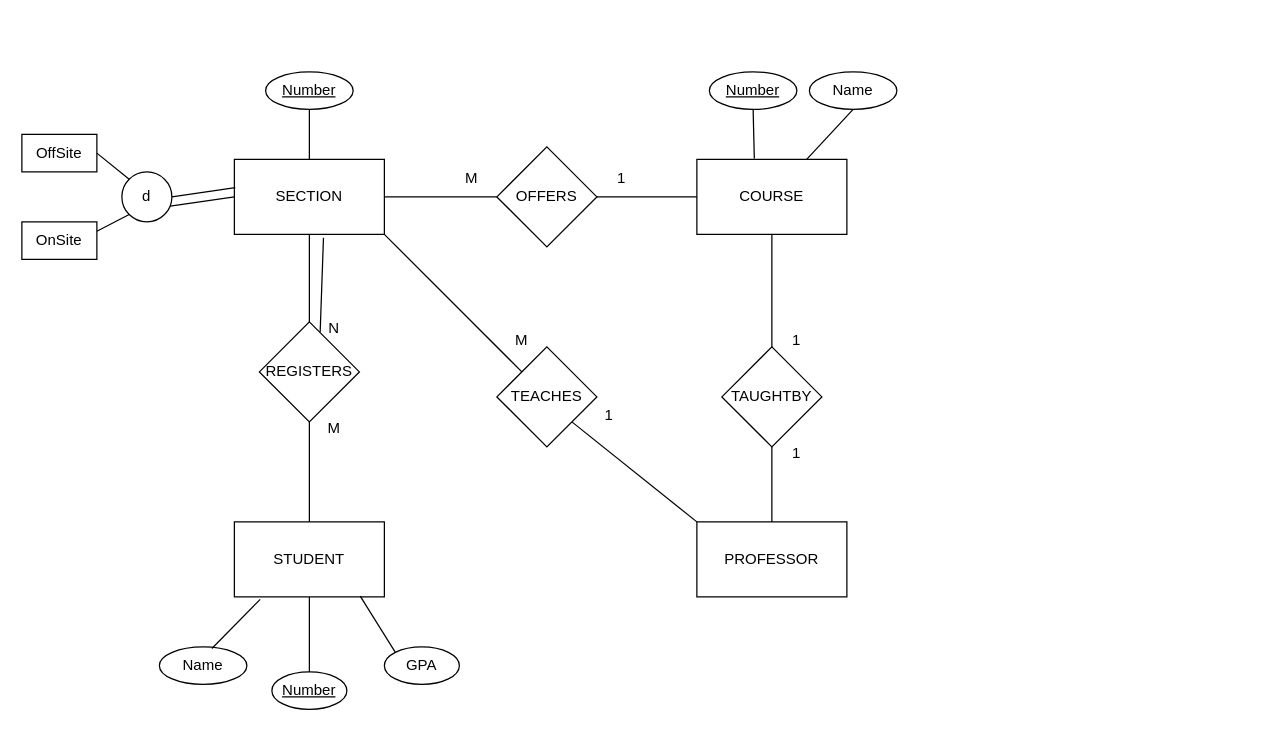
Earlier version of the draw.io diagram 3421q2.drawio (DylanBriSmith/DylanBriSmith). Source tidied: cells renumbered, new cells numbered last; positions are measured from the earlier drawing's top-left corner, leaving out a move shared by most shapes. Both pictures are drawn from the tidied source at 125%, with x=0, y=0 at pixel (21, 71).
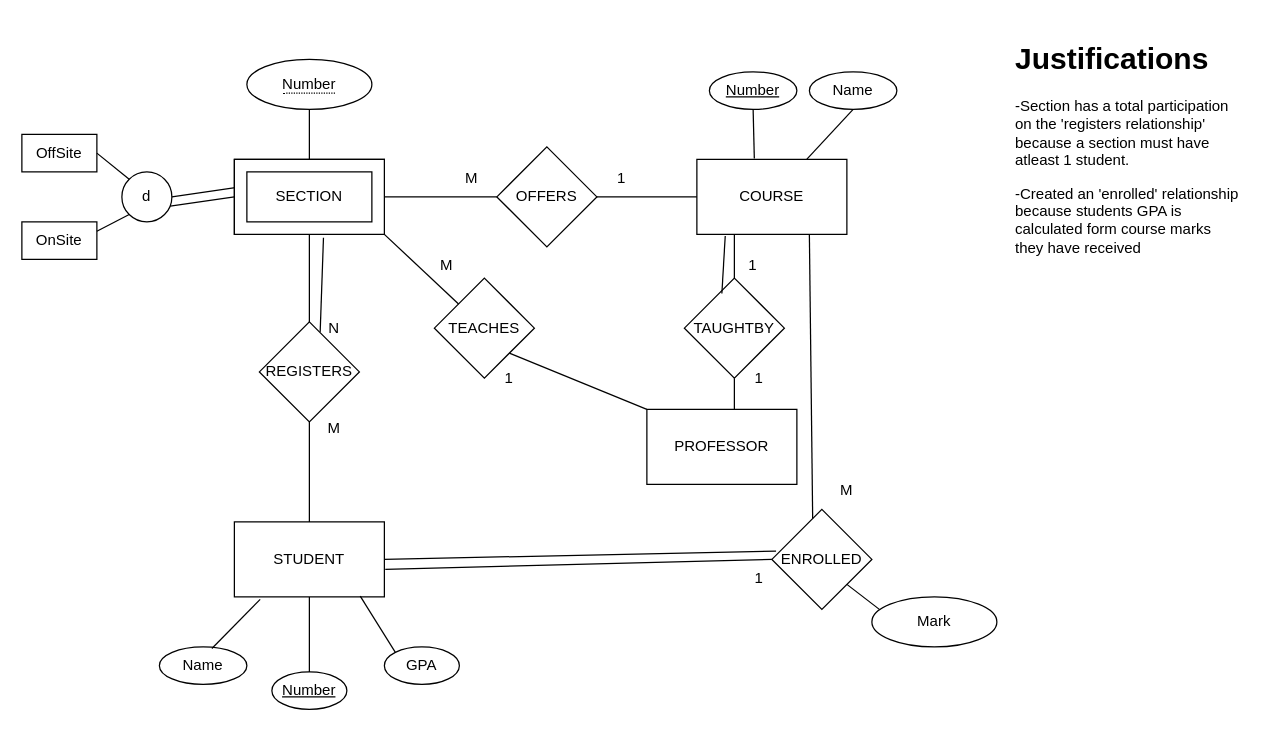
Above is the later version.

The change refers to these unchanged cells:
```xml
<mxCell id="2" value="SECTION" style="rounded=0;whiteSpace=wrap;html=1;" parent="1" vertex="1">
  <mxGeometry x="170" y="70" width="120" height="60" as="geometry" />
</mxCell>
<mxCell id="12" value="STUDENT" style="rounded=0;whiteSpace=wrap;html=1;" parent="1" vertex="1">
  <mxGeometry x="170" y="360" width="120" height="60" as="geometry" />
</mxCell>
<mxCell id="20" value="COURSE" style="rounded=0;whiteSpace=wrap;html=1;" parent="1" vertex="1">
  <mxGeometry x="540" y="70" width="120" height="60" as="geometry" />
</mxCell>
```

Diff of the diagram source:
```diff
@@
-    <mxCell id="3" value="&lt;u&gt;Number&lt;/u&gt;" style="ellipse;whiteSpace=wrap;html=1;" parent="1" vertex="1">
-      <mxGeometry x="195" width="70" height="30" as="geometry" />
-    </mxCell>
@@
-    <mxCell id="11" style="endArrow=none;html=1;rounded=0;entryX=0.5;entryY=1;entryDx=0;entryDy=0;exitX=0.5;exitY=0;exitDx=0;exitDy=0;" parent="1" edge="1" source="2" target="3">
-      <mxGeometry relative="1" as="geometry" />
+    <mxCell id="11" style="endArrow=none;html=1;rounded=0;entryX=0.5;entryY=1;entryDx=0;entryDy=0;exitX=0.5;exitY=0;exitDx=0;exitDy=0;" parent="1" edge="1" source="2">
+      <mxGeometry relative="1" as="geometry">
+        <mxPoint x="230" y="30" as="targetPoint" />
+      </mxGeometry>
     </mxCell>
@@
     <mxCell id="19" value="PROFESSOR" style="rounded=0;whiteSpace=wrap;html=1;" parent="1" vertex="1">
-      <mxGeometry x="540" y="360" width="120" height="60" as="geometry" />
+      <mxGeometry x="500" y="270" width="120" height="60" as="geometry" />
     </mxCell>
@@
     <mxCell id="30" value="TEACHES" style="rhombus;whiteSpace=wrap;html=1;" parent="1" vertex="1">
-      <mxGeometry x="380" y="220" width="80" height="80" as="geometry" />
+      <mxGeometry x="330" y="165" width="80" height="80" as="geometry" />
     </mxCell>
@@
     <mxCell id="33" value="M" style="text;html=1;strokeColor=none;fillColor=none;align=center;verticalAlign=middle;whiteSpace=wrap;rounded=0;" parent="1" vertex="1">
-      <mxGeometry x="370" y="200" width="60" height="30" as="geometry" />
+      <mxGeometry x="310" y="140" width="60" height="30" as="geometry" />
     </mxCell>
     <mxCell id="34" value="1" style="text;html=1;strokeColor=none;fillColor=none;align=center;verticalAlign=middle;whiteSpace=wrap;rounded=0;" parent="1" vertex="1">
-      <mxGeometry x="440" y="260" width="60" height="30" as="geometry" />
+      <mxGeometry x="360" y="230" width="60" height="30" as="geometry" />
     </mxCell>
     <mxCell id="35" value="TAUGHTBY" style="rhombus;whiteSpace=wrap;html=1;" parent="1" vertex="1">
-      <mxGeometry x="560" y="220" width="80" height="80" as="geometry" />
+      <mxGeometry x="530" y="165" width="80" height="80" as="geometry" />
     </mxCell>
-    <mxCell id="36" style="endArrow=none;html=1;rounded=0;entryX=0.5;entryY=1;entryDx=0;entryDy=0;exitX=0.5;exitY=0;exitDx=0;exitDy=0;" parent="1" edge="1" source="19" target="35">
-      <mxGeometry relative="1" as="geometry" />
+    <mxCell id="36" style="endArrow=none;html=1;rounded=0;entryX=0.5;entryY=1;entryDx=0;entryDy=0;" parent="1" edge="1" target="35">
+      <mxGeometry relative="1" as="geometry">
+        <mxPoint x="570" y="270" as="sourcePoint" />
+      </mxGeometry>
     </mxCell>
-    <mxCell id="37" style="endArrow=none;html=1;rounded=0;entryX=0.5;entryY=1;entryDx=0;entryDy=0;exitX=0.5;exitY=0;exitDx=0;exitDy=0;" parent="1" edge="1" source="35" target="20">
+    <mxCell id="37" style="endArrow=none;html=1;rounded=0;entryX=0.25;entryY=1;entryDx=0;entryDy=0;exitX=0.5;exitY=0;exitDx=0;exitDy=0;" parent="1" edge="1" source="35" target="20">
       <mxGeometry relative="1" as="geometry" />
     </mxCell>
     <mxCell id="38" value="1" style="text;html=1;strokeColor=none;fillColor=none;align=center;verticalAlign=middle;whiteSpace=wrap;rounded=0;" parent="1" vertex="1">
-      <mxGeometry x="590" y="200" width="60" height="30" as="geometry" />
+      <mxGeometry x="555" y="140" width="60" height="30" as="geometry" />
     </mxCell>
     <mxCell id="39" value="1" style="text;html=1;strokeColor=none;fillColor=none;align=center;verticalAlign=middle;whiteSpace=wrap;rounded=0;" parent="1" vertex="1">
-      <mxGeometry x="590" y="290" width="60" height="30" as="geometry" />
+      <mxGeometry x="560" y="230" width="60" height="30" as="geometry" />
     </mxCell>
@@
+    <mxCell id="46" value="ENROLLED" style="rhombus;whiteSpace=wrap;html=1;" parent="1" vertex="1">
+      <mxGeometry x="600" y="350" width="80" height="80" as="geometry" />
+    </mxCell>
+    <mxCell id="47" style="endArrow=none;html=1;rounded=0;entryX=0.042;entryY=0.417;entryDx=0;entryDy=0;entryPerimeter=0;exitX=1;exitY=0.5;exitDx=0;exitDy=0;" parent="1" edge="1" source="12" target="46">
+      <mxGeometry relative="1" as="geometry" />
+    </mxCell>
+    <mxCell id="48" style="endArrow=none;html=1;rounded=0;entryX=0;entryY=0.5;entryDx=0;entryDy=0;exitX=1.006;exitY=0.633;exitDx=0;exitDy=0;exitPerimeter=0;" parent="1" edge="1" source="12" target="46">
+      <mxGeometry relative="1" as="geometry" />
+    </mxCell>
+    <mxCell id="49" style="endArrow=none;html=1;rounded=0;entryX=0.75;entryY=1;entryDx=0;entryDy=0;exitX=0.408;exitY=0.092;exitDx=0;exitDy=0;exitPerimeter=0;" parent="1" edge="1" source="46" target="20">
+      <mxGeometry relative="1" as="geometry" />
+    </mxCell>
+    <mxCell id="50" value="M" style="text;html=1;strokeColor=none;fillColor=none;align=center;verticalAlign=middle;whiteSpace=wrap;rounded=0;" parent="1" vertex="1">
+      <mxGeometry x="630" y="320" width="60" height="30" as="geometry" />
+    </mxCell>
+    <mxCell id="51" value="1" style="text;html=1;strokeColor=none;fillColor=none;align=center;verticalAlign=middle;whiteSpace=wrap;rounded=0;" parent="1" vertex="1">
+      <mxGeometry x="560" y="390" width="60" height="30" as="geometry" />
+    </mxCell>
+    <mxCell id="52" style="verticalLabelPosition=bottom;verticalAlign=top;html=1;shape=mxgraph.basic.frame;dx=10;" parent="1" vertex="1">
+      <mxGeometry x="170" y="70" width="120" height="60" as="geometry" />
+    </mxCell>
+    <mxCell id="3" value="&lt;span style=&quot;border-bottom: 1px dotted&quot;&gt;Number&lt;/span&gt;" style="ellipse;whiteSpace=wrap;html=1;align=center;" parent="1" vertex="1">
+      <mxGeometry x="180" y="-10" width="100" height="40" as="geometry" />
+    </mxCell>
+    <mxCell id="53" value="&lt;h1&gt;Justifications&lt;/h1&gt;&lt;p&gt;-Section has a total participation on the 'registers relationship' because a section must have atleast 1 student.&lt;/p&gt;&lt;p&gt;-Created an 'enrolled' relationship because students GPA is calculated form course marks they have received&lt;/p&gt;" style="text;html=1;strokeColor=none;fillColor=none;spacing=5;spacingTop=-20;whiteSpace=wrap;overflow=hidden;rounded=0;" parent="1" vertex="1">
+      <mxGeometry x="790" y="-30" width="190" height="190" as="geometry" />
+    </mxCell>
+    <mxCell id="54" style="endArrow=none;html=1;rounded=0;entryX=0.189;entryY=1.022;entryDx=0;entryDy=0;entryPerimeter=0;exitX=0.375;exitY=0.154;exitDx=0;exitDy=0;exitPerimeter=0;" parent="1" edge="1" source="35" target="20">
+      <mxGeometry relative="1" as="geometry" />
+    </mxCell>
+    <mxCell id="55" value="Mark" style="ellipse;whiteSpace=wrap;html=1;align=center;" parent="1" vertex="1">
+      <mxGeometry x="680" y="420" width="100" height="40" as="geometry" />
+    </mxCell>
+    <mxCell id="56" style="endArrow=none;html=1;rounded=0;entryX=1;entryY=1;entryDx=0;entryDy=0;exitX=0.06;exitY=0.25;exitDx=0;exitDy=0;exitPerimeter=0;" parent="1" edge="1" source="55" target="46">
+      <mxGeometry relative="1" as="geometry" />
+    </mxCell>
```
